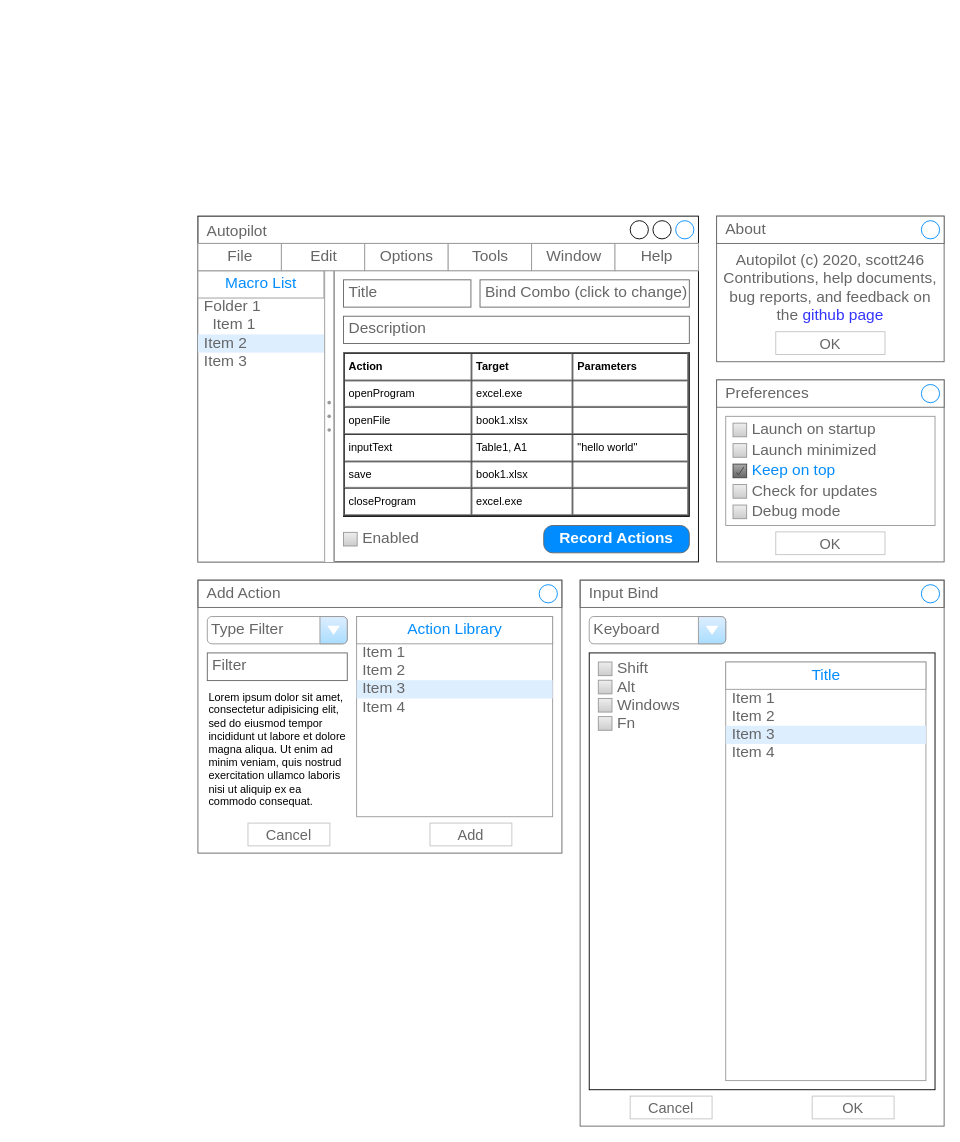
Before: autopilot.drawio in scott246/autopilot, a draw.io diagram. Source tidied: cells renumbered, new cells numbered last; positions are measured from the earlier drawing's top-left corner, leaving out a move shared by most shapes. Both pictures are drawn from the tidied source at 91%, with x=0, y=0 at pixel (197, 216).
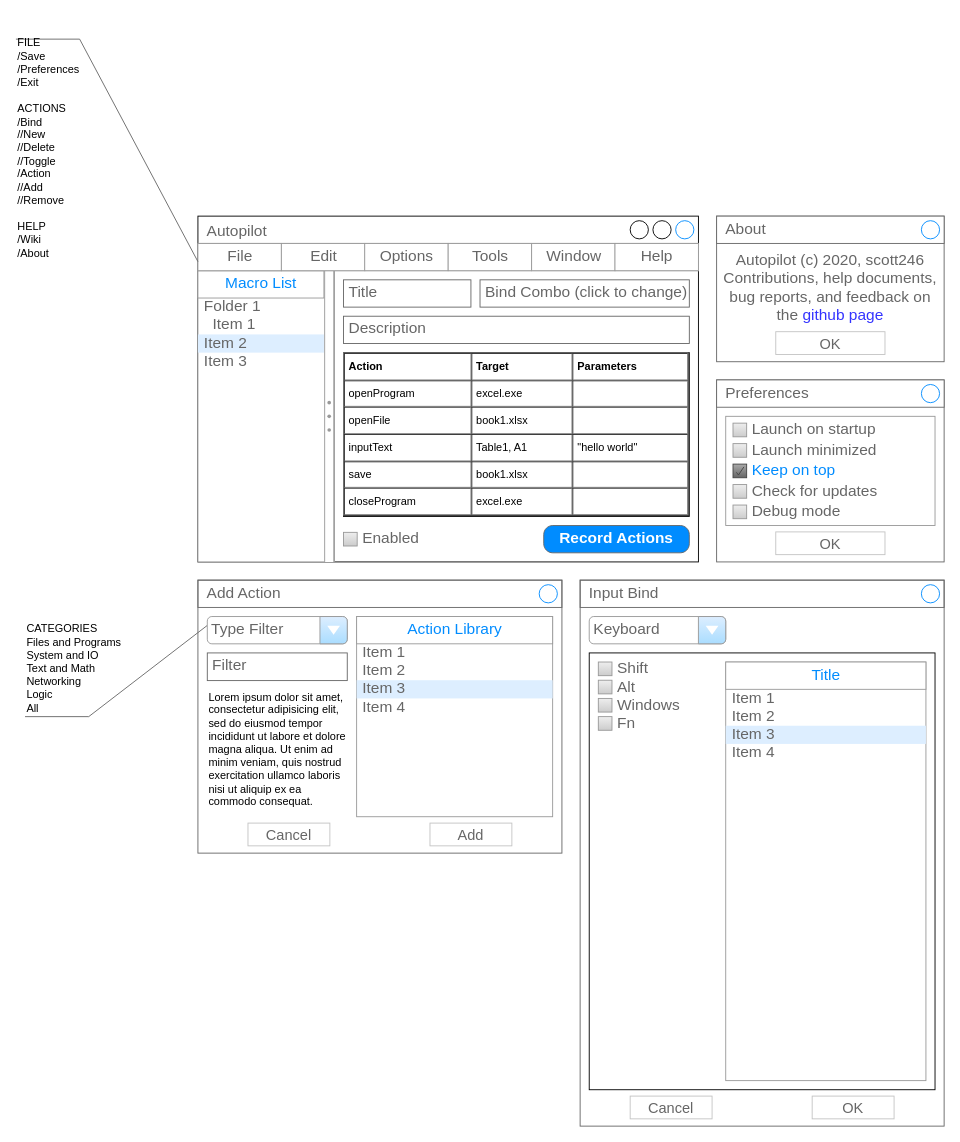
The same diagram, later.

Commit message (it also covers changes not shown here):
added menu bar

The edit, as a diff of the source:
```diff
@@
+    <mxCell id="68" value="FILE&lt;br&gt;/Save&lt;br&gt;/Preferences&lt;br&gt;/Exit&lt;br&gt;&lt;br&gt;ACTIONS&lt;br&gt;/Bind&lt;br&gt;//New&lt;br&gt;//Delete&lt;br&gt;//Toggle&lt;br&gt;/Action&lt;br&gt;//Add&lt;br&gt;//Remove&lt;br&gt;&lt;br&gt;HELP&lt;br&gt;/Wiki&lt;br&gt;/About" style="strokeWidth=1;shadow=0;dashed=0;align=center;shape=mxgraph.mockup.text.callout;linkText=;textSize=17;textColor=#666666;callDir=NW;callStyle=line;fontSize=12;fontColor=#000000;align=left;verticalAlign=bottom;strokeColor=#666666;html=1;" parent="1" vertex="1">
+      <mxGeometry x="-200" y="-220" width="200" height="270" as="geometry" />
+    </mxCell>
+    <mxCell id="69" value="CATEGORIES&lt;br style=&quot;font-size: 12px;&quot;&gt;Files and Programs&lt;br style=&quot;font-size: 12px;&quot;&gt;System and IO&lt;br style=&quot;font-size: 12px;&quot;&gt;Text and Math&lt;br style=&quot;font-size: 12px;&quot;&gt;Networking&lt;br style=&quot;font-size: 12px;&quot;&gt;Logic&lt;br style=&quot;font-size: 12px;&quot;&gt;All" style="strokeWidth=1;shadow=0;dashed=0;align=center;html=1;shape=mxgraph.mockup.text.callout;linkText=;textSize=17;textColor=#666666;callDir=SW;callStyle=line;fontSize=12;fontColor=#000000;align=left;verticalAlign=bottom;strokeColor=#666666;" parent="1" vertex="1">
+      <mxGeometry x="-190" y="450" width="200" height="100" as="geometry" />
+    </mxCell>
```
